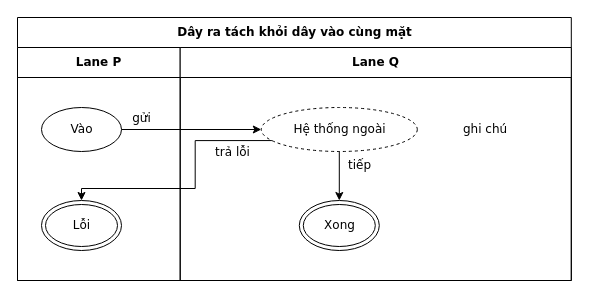
Before: conformance/golden/cases/78-exit-port-apart-from-entry.drawio in luytbq/flowcast, a draw.io diagram. Source tidied: cells renumbered, new cells numbered last; positions are measured from the earlier drawing's top-left corner, leaving out a move shared by most shapes. Both pictures are drawn from the tidied source at 100%, with x=0, y=0 at pixel (17, 17).
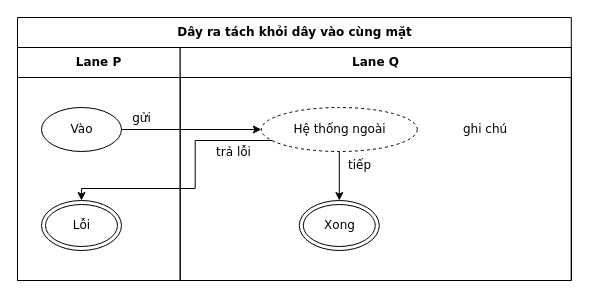
The same diagram, later.

Diff of the diagram source:
```diff
@@
 <mxGraphModel>
   <root>
     <mxCell id="0" />
     <mxCell id="1" parent="0" />
     <mxCell id="2" value="Dây ra tách khỏi dây vào cùng mặt" style="swimlane;html=1;startSize=30;fontStyle=1;fontFamily=Verdana;fontSize=12;flowtable=1;" parent="1" vertex="1">
       <mxGeometry width="553.8" height="263" as="geometry" />
     </mxCell>
     <mxCell id="3" value="Lane P" style="swimlane;html=1;startSize=30;fontFamily=Verdana;fontSize=12;flowtable=1;" parent="2" vertex="1">
       <mxGeometry y="30" width="162.7" height="233" as="geometry" />
     </mxCell>
     <mxCell id="4" value="Lane Q" style="swimlane;html=1;startSize=30;fontFamily=Verdana;fontSize=12;flowtable=1;" parent="2" vertex="1">
       <mxGeometry x="162.7" y="30" width="391.1" height="233" as="geometry" />
     </mxCell>
     <mxCell id="5" value="Vào" style="ellipse;html=1;fontFamily=Verdana;fontSize=12;flowtable=1;" parent="3" vertex="1">
       <mxGeometry x="24" y="60" width="80" height="44" as="geometry" />
     </mxCell>
     <mxCell id="6" value="Hệ thống ngoài" style="ellipse;html=1;dashed=1;fontFamily=Verdana;fontSize=12;flowtable=1;" parent="4" vertex="1">
       <mxGeometry x="81.1" y="60" width="156" height="44" as="geometry" />
     </mxCell>
     <mxCell id="7" value="ghi chú" style="text;html=1;align=left;verticalAlign=middle;spacingLeft=4;fontFamily=Verdana;fontSize=12;flowtable=1;" parent="4" vertex="1">
       <mxGeometry x="277.1" y="68" width="66" height="28" as="geometry" />
     </mxCell>
     <mxCell id="8" value="Xong" style="shape=doubleEllipse;html=1;fontFamily=Verdana;fontSize=12;flowtable=1;" parent="4" vertex="1">
       <mxGeometry x="119.1" y="153" width="80" height="50" as="geometry" />
     </mxCell>
     <mxCell id="9" value="Lỗi" style="shape=doubleEllipse;html=1;fontFamily=Verdana;fontSize=12;flowtable=1;" parent="3" vertex="1">
       <mxGeometry x="24" y="153" width="80" height="50" as="geometry" />
     </mxCell>
     <mxCell id="10" value="gửi" style="edgeStyle=orthogonalEdgeStyle;rounded=0;jettySize=auto;html=1;labelBackgroundColor=default;exitX=1;exitY=0.5;exitDx=0;exitDy=0;entryX=0;entryY=0.5;entryDx=0;entryDy=0;fontFamily=Verdana;fontSize=12;flowtable=1;" parent="2" edge="1" source="5" target="6">
       <mxGeometry x="-0.72" relative="1" as="geometry">
         <mxPoint y="-11.5" as="offset" />
       </mxGeometry>
     </mxCell>
     <mxCell id="11" value="tiếp" style="edgeStyle=orthogonalEdgeStyle;rounded=0;jettySize=auto;html=1;labelBackgroundColor=default;exitX=0.5;exitY=1;exitDx=0;exitDy=0;entryX=0.5;entryY=0;entryDx=0;entryDy=0;fontFamily=Verdana;fontSize=12;flowtable=1;" parent="2" edge="1" source="6" target="8">
       <mxGeometry x="-0.41" relative="1" as="geometry">
         <mxPoint x="20.3" as="offset" />
       </mxGeometry>
     </mxCell>
-    <mxCell id="12" value="trả lỗi" style="edgeStyle=orthogonalEdgeStyle;rounded=0;jettySize=auto;html=1;labelBackgroundColor=default;exitX=0.07;exitY=0.75;exitDx=0;exitDy=0;entryX=0.5;entryY=0;entryDx=0;entryDy=0;fontFamily=Verdana;fontSize=12;flowtable=1;" parent="2" edge="1" source="6" target="9">
+    <mxCell id="12" value="trả lỗi" style="edgeStyle=orthogonalEdgeStyle;rounded=0;jettySize=auto;html=1;labelBackgroundColor=default;exitX=0.07;exitY=0.75;exitDx=0;exitDy=0;exitPerimeter=0;entryX=0.5;entryY=0;entryDx=0;entryDy=0;fontFamily=Verdana;fontSize=12;flowtable=1;" parent="2" edge="1" source="6" target="9">
       <mxGeometry x="-0.69" relative="1" as="geometry">
         <Array as="points">
           <mxPoint x="177.7" y="123" />
           <mxPoint x="177.7" y="171" />
           <mxPoint x="64" y="171" />
         </Array>
         <mxPoint y="11.5" as="offset" />
       </mxGeometry>
     </mxCell>
   </root>
 </mxGraphModel>
```
